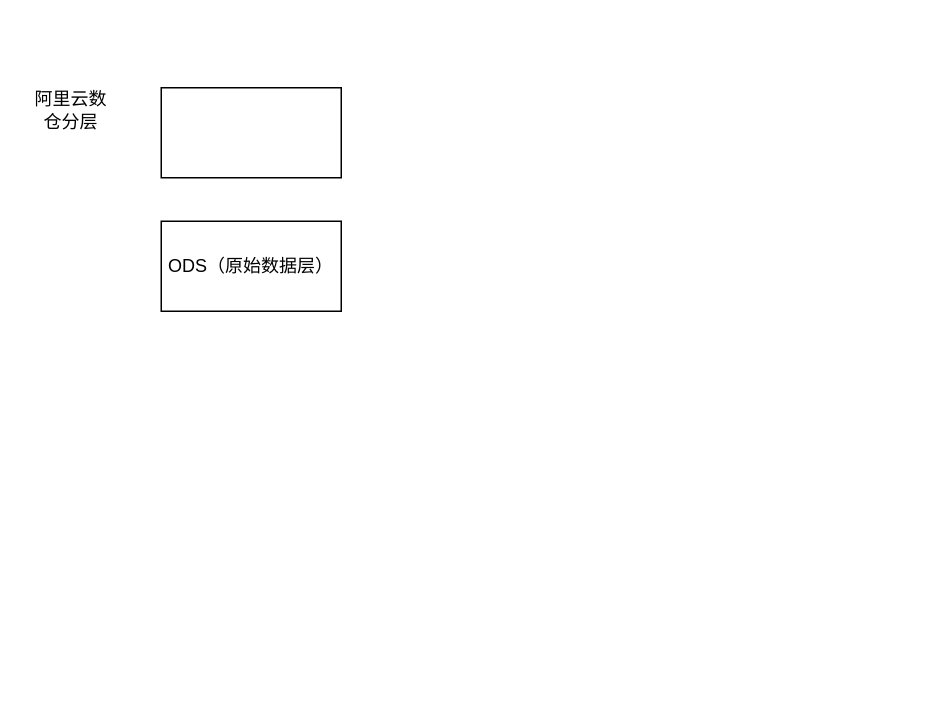
The draw.io diagram 数据工程.drawio in im-yangp/python_mysql, before the edit. Source tidied: cells renumbered, new cells numbered last; positions are measured from the earlier drawing's top-left corner, leaving out a move shared by most shapes. Both pictures are drawn from the tidied source at 150%, with x=0, y=0 at pixel (26, 87).
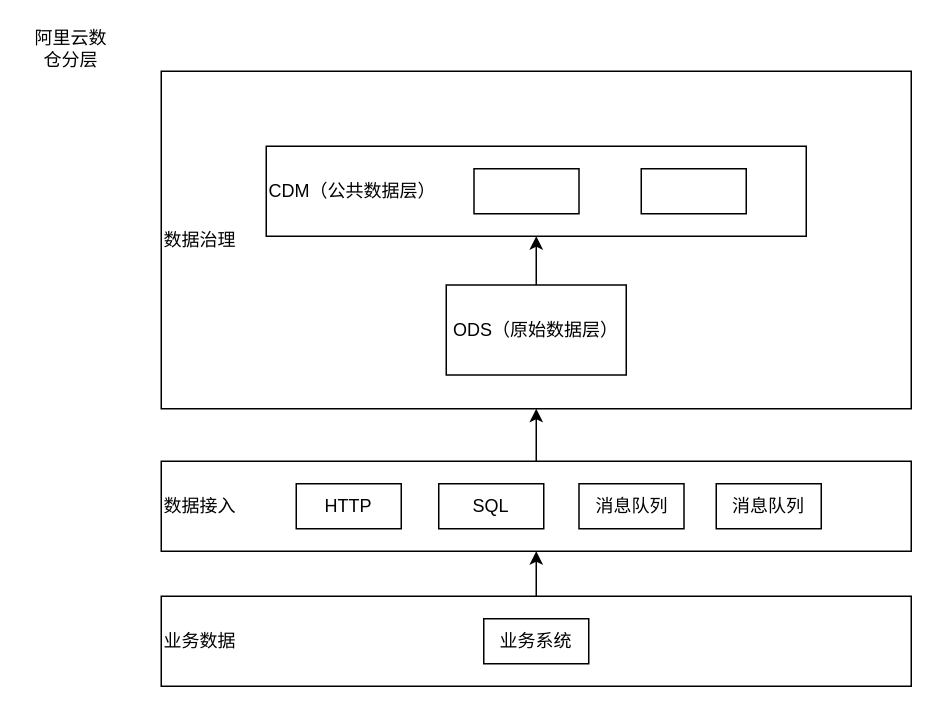
The same page after the edit.

Commit message (it also covers changes not shown here):
更新数据工程.drawio

Change to the diagram source:
```diff
@@
 <mxGraphModel>
   <root>
     <mxCell id="0" />
     <mxCell id="1" parent="0" />
+    <mxCell id="5" value="数据治理" style="rounded=0;whiteSpace=wrap;html=1;align=left;" parent="1" vertex="1">
+      <mxGeometry x="90" y="-11" width="500" height="225" as="geometry" />
+    </mxCell>
-    <mxCell id="2" style="rounded=0;whiteSpace=wrap;html=1;" parent="1" vertex="1">
-      <mxGeometry x="90" width="120" height="60" as="geometry" />
+    <mxCell id="2" value="CDM（公共数据层）" style="rounded=0;whiteSpace=wrap;html=1;align=left;" parent="1" vertex="1">
+      <mxGeometry x="160" y="39" width="360" height="60" as="geometry" />
     </mxCell>
+    <mxCell id="6" style="edgeStyle=orthogonalEdgeStyle;rounded=0;jettySize=auto;html=1;exitX=0.5;exitY=0;exitDx=0;exitDy=0;" parent="1" edge="1" source="3" target="2">
+      <mxGeometry relative="1" as="geometry" />
+    </mxCell>
     <mxCell id="3" value="ODS（原始数据层）" style="rounded=0;whiteSpace=wrap;html=1;" parent="1" vertex="1">
-      <mxGeometry x="90" y="89" width="120" height="60" as="geometry" />
+      <mxGeometry x="280" y="131.5" width="120" height="60" as="geometry" />
     </mxCell>
     <mxCell id="4" value="阿里云数仓分层" style="text;html=1;align=center;verticalAlign=middle;whiteSpace=wrap;rounded=0;" parent="1" vertex="1">
-      <mxGeometry width="60" height="30" as="geometry" />
+      <mxGeometry y="-41" width="60" height="30" as="geometry" />
     </mxCell>
+    <mxCell id="7" style="rounded=0;whiteSpace=wrap;html=1;" parent="1" vertex="1">
+      <mxGeometry x="410" y="54" width="70" height="30" as="geometry" />
+    </mxCell>
+    <mxCell id="8" style="edgeStyle=orthogonalEdgeStyle;rounded=0;jettySize=auto;html=1;exitX=0.5;exitY=0;exitDx=0;exitDy=0;entryX=0.5;entryY=1;entryDx=0;entryDy=0;" parent="1" edge="1" source="9" target="5">
+      <mxGeometry relative="1" as="geometry" />
+    </mxCell>
+    <mxCell id="9" value="数据接入" style="rounded=0;whiteSpace=wrap;html=1;align=left;" parent="1" vertex="1">
+      <mxGeometry x="90" y="249" width="500" height="60" as="geometry" />
+    </mxCell>
+    <mxCell id="10" value="HTTP" style="rounded=0;whiteSpace=wrap;html=1;" parent="1" vertex="1">
+      <mxGeometry x="180" y="264" width="70" height="30" as="geometry" />
+    </mxCell>
+    <mxCell id="11" value="SQL" style="rounded=0;whiteSpace=wrap;html=1;" parent="1" vertex="1">
+      <mxGeometry x="275" y="264" width="70" height="30" as="geometry" />
+    </mxCell>
+    <mxCell id="12" value="消息队列" style="rounded=0;whiteSpace=wrap;html=1;" parent="1" vertex="1">
+      <mxGeometry x="368.5" y="264" width="70" height="30" as="geometry" />
+    </mxCell>
+    <mxCell id="13" value="消息队列" style="rounded=0;whiteSpace=wrap;html=1;" parent="1" vertex="1">
+      <mxGeometry x="460" y="264" width="70" height="30" as="geometry" />
+    </mxCell>
+    <mxCell id="14" style="edgeStyle=orthogonalEdgeStyle;rounded=0;jettySize=auto;html=1;exitX=0.5;exitY=0;exitDx=0;exitDy=0;entryX=0.5;entryY=1;entryDx=0;entryDy=0;" parent="1" edge="1" source="15" target="9">
+      <mxGeometry relative="1" as="geometry" />
+    </mxCell>
+    <mxCell id="15" value="业务数据" style="rounded=0;whiteSpace=wrap;html=1;align=left;" parent="1" vertex="1">
+      <mxGeometry x="90" y="339" width="500" height="60" as="geometry" />
+    </mxCell>
+    <mxCell id="16" value="业务系统" style="rounded=0;whiteSpace=wrap;html=1;" parent="1" vertex="1">
+      <mxGeometry x="305" y="354" width="70" height="30" as="geometry" />
+    </mxCell>
+    <mxCell id="17" style="rounded=0;whiteSpace=wrap;html=1;" parent="1" vertex="1">
+      <mxGeometry x="298.5" y="54" width="70" height="30" as="geometry" />
+    </mxCell>
   </root>
 </mxGraphModel>
```
